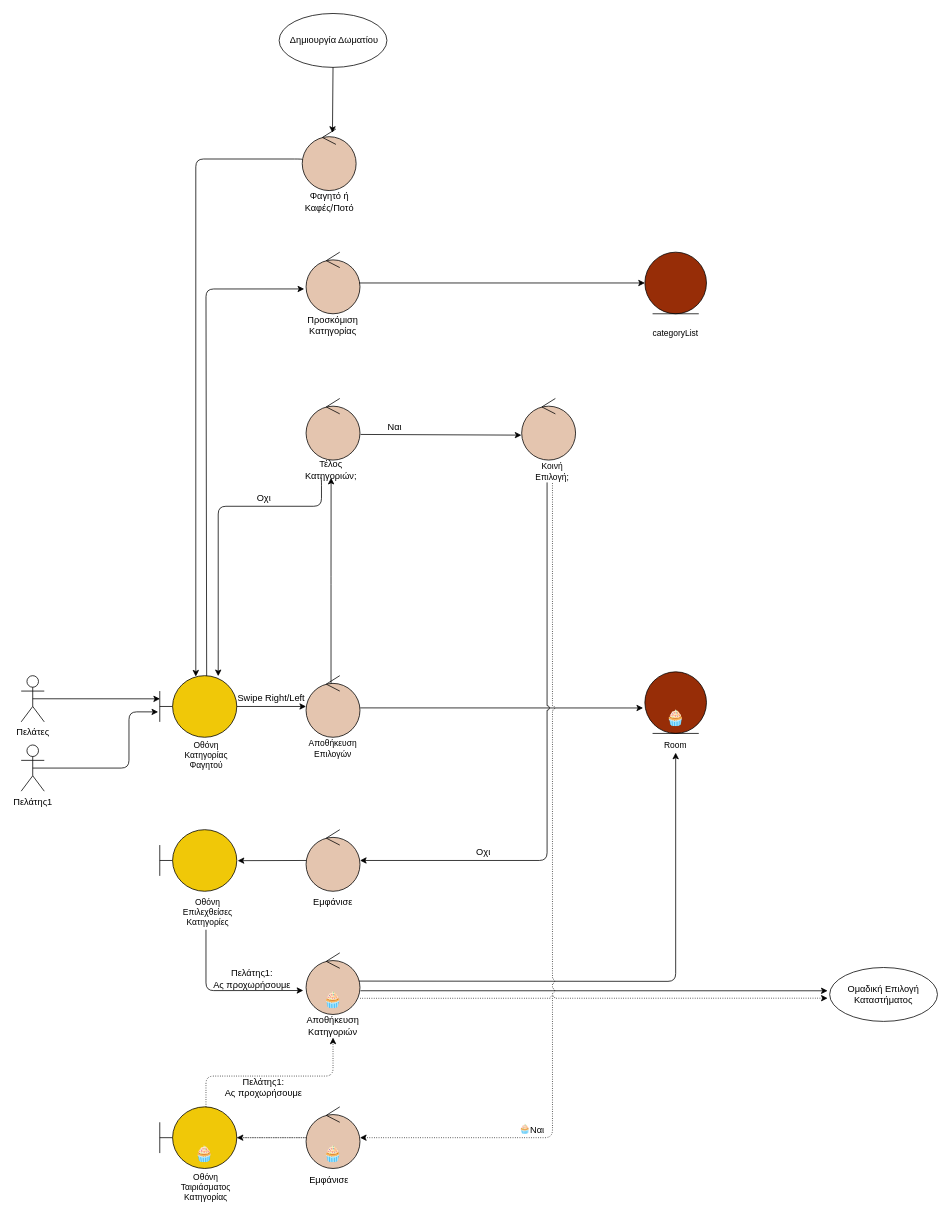
This is docs/contributions/JoannaAgo/Phase_5/Team Choice - Category/Team_Choice_Category_Robustness.drawio from iloudaros/nomnomr, a draw.io file, before an edit. Source tidied: cells renumbered, new cells numbered last; positions are measured from the earlier drawing's top-left corner, leaving out a move shared by most shapes. Both pictures are drawn from the tidied source at 77%, with x=0, y=0 at pixel (21, 13).
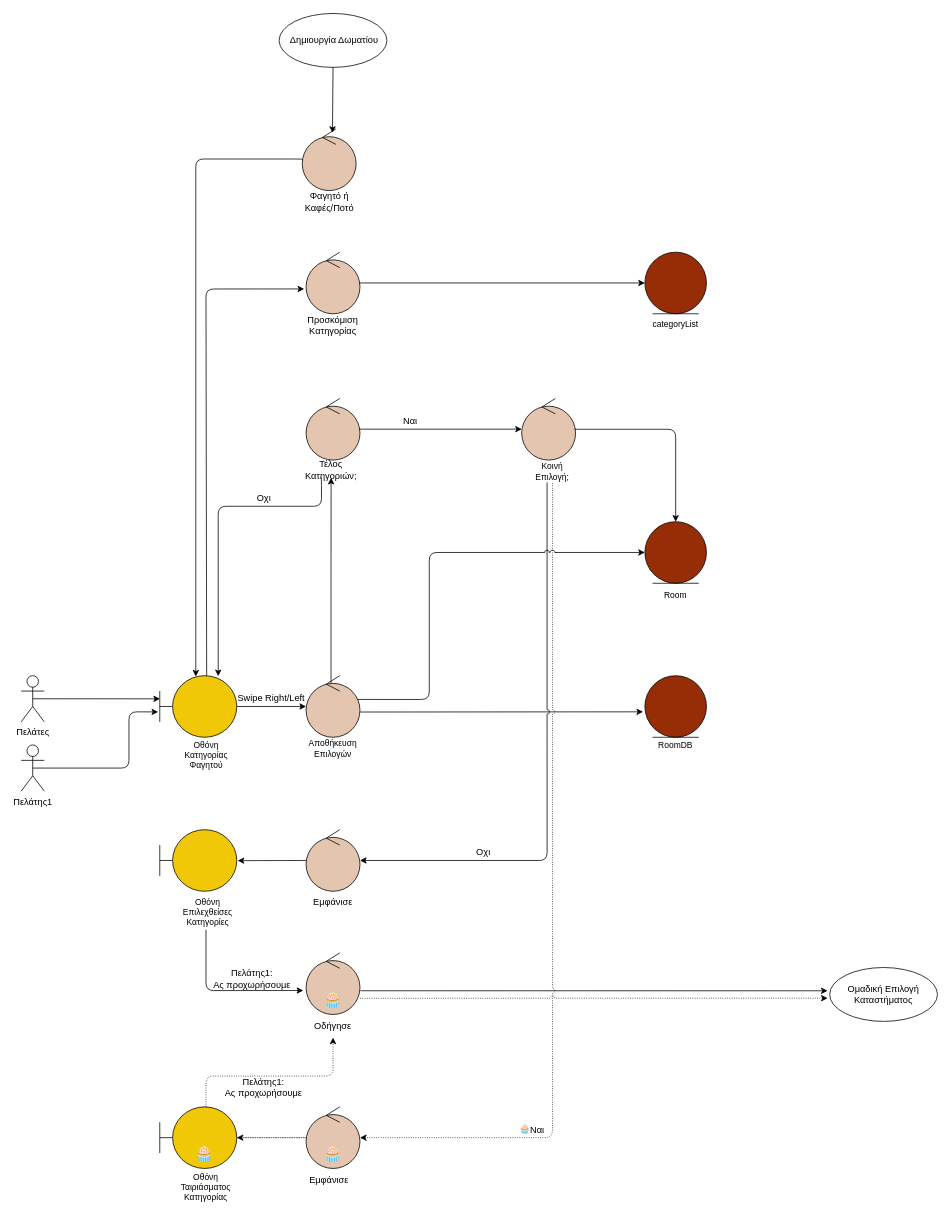
After the change.

Unchanged cells that the change refers to:
```xml
<mxCell id="8" style="ellipse;shape=umlControl;whiteSpace=wrap;html=1;fontSize=12;fillColor=#E4C5AF;" parent="1" vertex="1">
  <mxGeometry x="370" y="500" width="70" height="80" as="geometry" />
</mxCell>
<mxCell id="11" style="ellipse;shape=umlControl;whiteSpace=wrap;html=1;fontSize=12;fillColor=#E4C5AF;" parent="1" vertex="1">
  <mxGeometry x="370" y="860" width="70" height="80" as="geometry" />
</mxCell>
<mxCell id="27" style="ellipse;shape=umlControl;whiteSpace=wrap;html=1;fontSize=12;fillColor=#E4C5AF;" parent="1" vertex="1">
  <mxGeometry x="650" y="500" width="70" height="80" as="geometry" />
</mxCell>
<mxCell id="37" style="ellipse;shape=umlControl;whiteSpace=wrap;html=1;fontSize=12;fillColor=#E4C5AF;" parent="1" vertex="1">
  <mxGeometry x="370" y="1220" width="70" height="80" as="geometry" />
</mxCell>
```

What changed in the source:
```diff
@@
-    <mxCell id="9" style="endArrow=classic;html=1;rounded=0;fontSize=12;entryX=-0.029;entryY=0.587;entryDx=0;entryDy=0;exitX=1.004;exitY=0.523;exitDx=0;exitDy=0;exitPerimeter=0;entryPerimeter=0;" parent="1" edge="1" source="11" target="17">
+    <mxCell id="9" style="endArrow=classic;html=1;rounded=0;fontSize=12;entryX=-0.029;entryY=0.587;entryDx=0;entryDy=0;exitX=1.005;exitY=0.59;exitDx=0;exitDy=0;exitPerimeter=0;entryPerimeter=0;" parent="1" edge="1" source="11" target="17">
       <mxGeometry relative="1" as="geometry" />
     </mxCell>
@@
     <mxCell id="14" value="categoryList" style="text;html=1;strokeColor=none;fillColor=none;align=center;verticalAlign=middle;whiteSpace=wrap;rounded=0;fontSize=11;" parent="1" vertex="1">
-      <mxGeometry x="820" y="400" width="60" height="30" as="geometry" />
+      <mxGeometry x="820" y="389" width="60" height="30" as="geometry" />
     </mxCell>
@@
     <mxCell id="17" style="ellipse;shape=umlEntity;whiteSpace=wrap;html=1;fontSize=12;fillColor=#972D07;" parent="1" vertex="1">
-      <mxGeometry x="810" y="855" width="80" height="80" as="geometry" />
+      <mxGeometry x="810" y="860" width="80" height="80" as="geometry" />
     </mxCell>
-    <mxCell id="18" value="Room" style="text;html=1;strokeColor=none;fillColor=none;align=center;verticalAlign=middle;whiteSpace=wrap;rounded=0;fontSize=11;" parent="1" vertex="1">
+    <mxCell id="18" value="RoomDB" style="text;html=1;strokeColor=none;fillColor=none;align=center;verticalAlign=middle;whiteSpace=wrap;rounded=0;fontSize=11;" parent="1" vertex="1">
       <mxGeometry x="820" y="935" width="60" height="30" as="geometry" />
     </mxCell>
@@
-    <mxCell id="36" style="endArrow=classic;html=1;rounded=0;fontSize=11;exitX=1.011;exitY=0.584;exitDx=0;exitDy=0;exitPerimeter=0;entryX=-0.005;entryY=0.595;entryDx=0;entryDy=0;entryPerimeter=0;jumpStyle=arc;" parent="1" edge="1" source="8" target="27">
+    <mxCell id="36" style="endArrow=classic;html=1;rounded=0;fontSize=11;exitX=0.982;exitY=0.498;exitDx=0;exitDy=0;exitPerimeter=0;entryX=0.003;entryY=0.498;entryDx=0;entryDy=0;entryPerimeter=0;jumpStyle=arc;" parent="1" edge="1" source="8" target="27">
       <mxGeometry relative="1" as="geometry" />
     </mxCell>
@@
-    <mxCell id="38" value="Αποθήκευση Κατηγοριών" style="text;html=1;strokeColor=none;fillColor=none;align=center;verticalAlign=middle;whiteSpace=wrap;rounded=0;fontSize=12;" parent="1" vertex="1">
+    <mxCell id="38" value="Οδήγησε" style="text;html=1;strokeColor=none;fillColor=none;align=center;verticalAlign=middle;whiteSpace=wrap;rounded=0;fontSize=12;" parent="1" vertex="1">
       <mxGeometry x="375" y="1300" width="60" height="30" as="geometry" />
     </mxCell>
@@
-    <mxCell id="40" style="endArrow=classic;html=1;rounded=1;fontSize=11;exitX=0.983;exitY=0.458;exitDx=0;exitDy=0;exitPerimeter=0;jumpStyle=arc;" parent="1" edge="1" source="37">
-      <mxGeometry relative="1" as="geometry">
-        <mxPoint x="850" y="960" as="targetPoint" />
-        <Array as="points">
-          <mxPoint x="850" y="1257" />
-        </Array>
-      </mxGeometry>
-    </mxCell>
@@
     <mxCell id="50" value="Ναι" style="text;html=1;align=center;verticalAlign=middle;strokeColor=none;fillColor=none;fontSize=12;" parent="1" vertex="1">
-      <mxGeometry x="470" y="527" width="30" height="20" as="geometry" />
+      <mxGeometry x="490" y="520" width="30" height="20" as="geometry" />
     </mxCell>
@@
-    <mxCell id="58" value="🧁" style="text;whiteSpace=wrap;html=1;fontSize=20;align=center;verticalAlign=middle;" parent="1" vertex="1">
-      <mxGeometry x="830" y="899" width="40" height="30" as="geometry" />
-    </mxCell>
@@
+    <mxCell id="64" style="ellipse;shape=umlEntity;whiteSpace=wrap;html=1;fontSize=12;fillColor=#972D07;" parent="1" vertex="1">
+      <mxGeometry x="810" y="660" width="80" height="80" as="geometry" />
+    </mxCell>
+    <mxCell id="65" value="Room" style="text;html=1;strokeColor=none;fillColor=none;align=center;verticalAlign=middle;whiteSpace=wrap;rounded=0;fontSize=11;" parent="1" vertex="1">
+      <mxGeometry x="820" y="740" width="60" height="30" as="geometry" />
+    </mxCell>
+    <mxCell id="66" style="endArrow=classic;html=1;rounded=1;fontSize=12;entryX=0;entryY=0.5;entryDx=0;entryDy=0;exitX=0.959;exitY=0.386;exitDx=0;exitDy=0;exitPerimeter=0;edgeStyle=orthogonalEdgeStyle;jumpStyle=arc;" parent="1" edge="1" source="11" target="64">
+      <mxGeometry relative="1" as="geometry">
+        <Array as="points">
+          <mxPoint x="530" y="891" />
+          <mxPoint x="530" y="700" />
+        </Array>
+      </mxGeometry>
+    </mxCell>
+    <mxCell id="67" style="endArrow=classic;html=1;rounded=1;fontSize=11;entryX=0.5;entryY=0;entryDx=0;entryDy=0;jumpStyle=arc;edgeStyle=orthogonalEdgeStyle;" parent="1" edge="1" target="64">
+      <mxGeometry relative="1" as="geometry">
+        <mxPoint x="719" y="540" as="sourcePoint" />
+        <Array as="points">
+          <mxPoint x="719" y="540" />
+          <mxPoint x="850" y="540" />
+        </Array>
+      </mxGeometry>
+    </mxCell>
```
